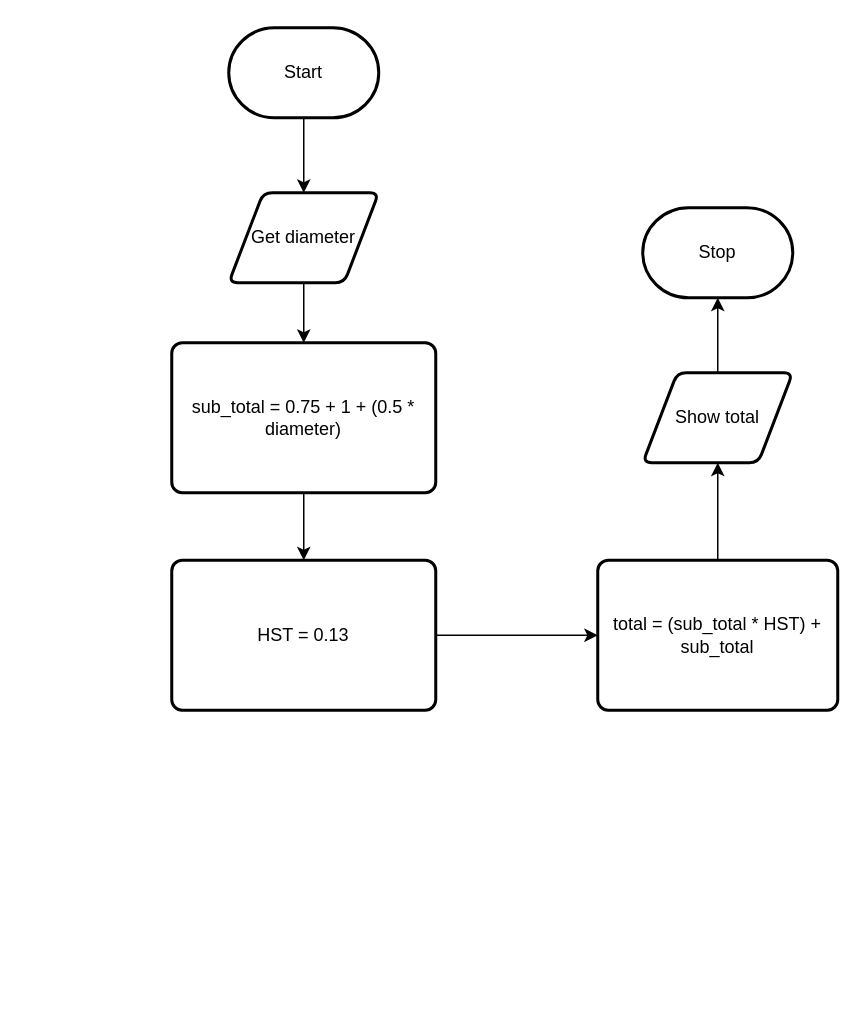
Above: flowchart.drawio in michael-clermont1/ICS3U-Unit3-02-Python (draw.io), before the change. Source tidied: cells renumbered, new cells numbered last; positions are measured from the earlier drawing's top-left corner, leaving out a move shared by most shapes. Both pictures are drawn from the tidied source at 150%, with x=0, y=0 at pixel (171, 27).
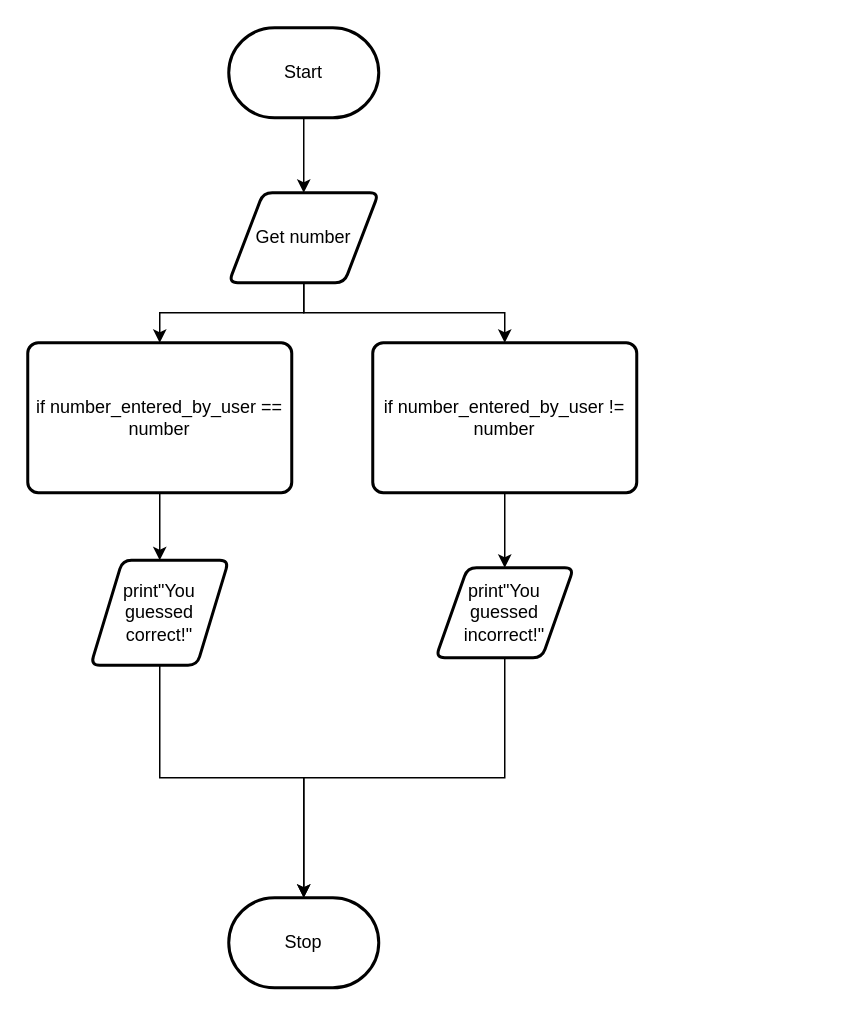
After the change.

Change to the diagram source:
```diff
@@
 <mxGraphModel>
   <root>
     <mxCell id="0" />
     <mxCell id="1" parent="0" />
     <mxCell id="2" style="edgeStyle=orthogonalEdgeStyle;shape=connector;rounded=0;html=1;entryX=0.5;entryY=0;entryDx=0;entryDy=0;labelBackgroundColor=default;fontFamily=Helvetica;fontSize=11;fontColor=default;endArrow=classic;strokeColor=default;" parent="1" edge="1" source="3" target="7">
       <mxGeometry relative="1" as="geometry" />
     </mxCell>
+    <mxCell id="15" style="edgeStyle=orthogonalEdgeStyle;rounded=0;html=1;entryX=0.5;entryY=0;entryDx=0;entryDy=0;" parent="1" edge="1" source="3" target="18">
+      <mxGeometry relative="1" as="geometry" />
+    </mxCell>
-    <mxCell id="3" value="Get diameter" style="shape=parallelogram;html=1;strokeWidth=2;perimeter=parallelogramPerimeter;whiteSpace=wrap;rounded=1;arcSize=12;size=0.23;" parent="1" vertex="1">
+    <mxCell id="3" value="Get number" style="shape=parallelogram;html=1;strokeWidth=2;perimeter=parallelogramPerimeter;whiteSpace=wrap;rounded=1;arcSize=12;size=0.23;" parent="1" vertex="1">
       <mxGeometry x="38" y="110" width="100" height="60" as="geometry" />
     </mxCell>
     <mxCell id="4" style="edgeStyle=orthogonalEdgeStyle;html=1;entryX=0.5;entryY=0;entryDx=0;entryDy=0;rounded=0;" parent="1" edge="1" source="5" target="3">
       <mxGeometry relative="1" as="geometry" />
     </mxCell>
     <mxCell id="5" value="Start" style="strokeWidth=2;html=1;shape=mxgraph.flowchart.terminator;whiteSpace=wrap;" parent="1" vertex="1">
       <mxGeometry x="38" width="100" height="60" as="geometry" />
     </mxCell>
-    <mxCell id="6" style="edgeStyle=orthogonalEdgeStyle;shape=connector;rounded=0;html=1;exitX=0.5;exitY=1;exitDx=0;exitDy=0;entryX=0.5;entryY=0;entryDx=0;entryDy=0;labelBackgroundColor=default;fontFamily=Helvetica;fontSize=11;fontColor=default;endArrow=classic;strokeColor=default;" parent="1" edge="1" source="7" target="9">
-      <mxGeometry relative="1" as="geometry" />
-    </mxCell>
+    <mxCell id="16" style="edgeStyle=orthogonalEdgeStyle;rounded=0;html=1;entryX=0.5;entryY=0;entryDx=0;entryDy=0;" parent="1" edge="1" source="7" target="20">
+      <mxGeometry relative="1" as="geometry" />
+    </mxCell>
-    <mxCell id="7" value="sub_total = 0.75 + 1 + (0.5 * diameter)" style="rounded=1;whiteSpace=wrap;html=1;absoluteArcSize=1;arcSize=14;strokeWidth=2;" parent="1" vertex="1">
-      <mxGeometry y="210" width="176" height="100" as="geometry" />
+    <mxCell id="7" value="if number_entered_by_user == number" style="rounded=1;whiteSpace=wrap;html=1;absoluteArcSize=1;arcSize=14;strokeWidth=2;" parent="1" vertex="1">
+      <mxGeometry x="-96" y="210" width="176" height="100" as="geometry" />
     </mxCell>
-    <mxCell id="8" style="edgeStyle=orthogonalEdgeStyle;shape=connector;rounded=0;html=1;exitX=1;exitY=0.5;exitDx=0;exitDy=0;entryX=0;entryY=0.5;entryDx=0;entryDy=0;labelBackgroundColor=default;fontFamily=Helvetica;fontSize=11;fontColor=default;endArrow=classic;strokeColor=default;" parent="1" edge="1" source="9" target="11">
-      <mxGeometry relative="1" as="geometry" />
-    </mxCell>
-    <mxCell id="9" value="HST = 0.13" style="rounded=1;whiteSpace=wrap;html=1;absoluteArcSize=1;arcSize=14;strokeWidth=2;" parent="1" vertex="1">
-      <mxGeometry y="355" width="176" height="100" as="geometry" />
-    </mxCell>
-    <mxCell id="10" style="edgeStyle=orthogonalEdgeStyle;shape=connector;rounded=0;html=1;exitX=0.5;exitY=0;exitDx=0;exitDy=0;entryX=0.5;entryY=1;entryDx=0;entryDy=0;labelBackgroundColor=default;fontFamily=Helvetica;fontSize=11;fontColor=default;endArrow=classic;strokeColor=default;" parent="1" edge="1" source="11" target="13">
-      <mxGeometry relative="1" as="geometry" />
-    </mxCell>
-    <mxCell id="11" value="total = (sub_total * HST) + sub_total" style="rounded=1;whiteSpace=wrap;html=1;absoluteArcSize=1;arcSize=14;strokeWidth=2;" parent="1" vertex="1">
-      <mxGeometry x="284" y="355" width="160" height="100" as="geometry" />
-    </mxCell>
-    <mxCell id="12" style="edgeStyle=orthogonalEdgeStyle;shape=connector;rounded=0;html=1;exitX=0.5;exitY=0;exitDx=0;exitDy=0;entryX=0.5;entryY=1;entryDx=0;entryDy=0;entryPerimeter=0;labelBackgroundColor=default;fontFamily=Helvetica;fontSize=11;fontColor=default;endArrow=classic;strokeColor=default;" parent="1" edge="1" source="13" target="14">
-      <mxGeometry relative="1" as="geometry" />
-    </mxCell>
-    <mxCell id="13" value="Show total" style="shape=parallelogram;html=1;strokeWidth=2;perimeter=parallelogramPerimeter;whiteSpace=wrap;rounded=1;arcSize=12;size=0.23;" parent="1" vertex="1">
-      <mxGeometry x="314" y="230" width="100" height="60" as="geometry" />
-    </mxCell>
     <mxCell id="14" value="Stop" style="strokeWidth=2;html=1;shape=mxgraph.flowchart.terminator;whiteSpace=wrap;" parent="1" vertex="1">
-      <mxGeometry x="314" y="120" width="100" height="60" as="geometry" />
+      <mxGeometry x="38" y="580" width="100" height="60" as="geometry" />
     </mxCell>
+    <mxCell id="17" style="edgeStyle=orthogonalEdgeStyle;rounded=0;html=1;entryX=0.5;entryY=0;entryDx=0;entryDy=0;" parent="1" edge="1" source="18" target="22">
+      <mxGeometry relative="1" as="geometry" />
+    </mxCell>
+    <mxCell id="18" value="if number_entered_by_user != number" style="rounded=1;whiteSpace=wrap;html=1;absoluteArcSize=1;arcSize=14;strokeWidth=2;" parent="1" vertex="1">
+      <mxGeometry x="134" y="210" width="176" height="100" as="geometry" />
+    </mxCell>
+    <mxCell id="19" style="edgeStyle=orthogonalEdgeStyle;rounded=0;html=1;entryX=0.5;entryY=0;entryDx=0;entryDy=0;entryPerimeter=0;" parent="1" edge="1" source="20" target="14">
+      <mxGeometry relative="1" as="geometry">
+        <Array as="points">
+          <mxPoint x="-8" y="500" />
+          <mxPoint x="88" y="500" />
+        </Array>
+      </mxGeometry>
+    </mxCell>
+    <mxCell id="20" value="print&quot;You guessed correct!&quot;" style="shape=parallelogram;html=1;strokeWidth=2;perimeter=parallelogramPerimeter;whiteSpace=wrap;rounded=1;arcSize=12;size=0.23;" parent="1" vertex="1">
+      <mxGeometry x="-54" y="355" width="92" height="70" as="geometry" />
+    </mxCell>
+    <mxCell id="21" style="edgeStyle=orthogonalEdgeStyle;rounded=0;html=1;entryX=0.5;entryY=0;entryDx=0;entryDy=0;entryPerimeter=0;" parent="1" edge="1" source="22" target="14">
+      <mxGeometry relative="1" as="geometry">
+        <Array as="points">
+          <mxPoint x="222" y="500" />
+          <mxPoint x="88" y="500" />
+        </Array>
+      </mxGeometry>
+    </mxCell>
+    <mxCell id="22" value="print&quot;You guessed incorrect!&quot;" style="shape=parallelogram;html=1;strokeWidth=2;perimeter=parallelogramPerimeter;whiteSpace=wrap;rounded=1;arcSize=12;size=0.23;" parent="1" vertex="1">
+      <mxGeometry x="176" y="360" width="92" height="60" as="geometry" />
+    </mxCell>
   </root>
 </mxGraphModel>
```
